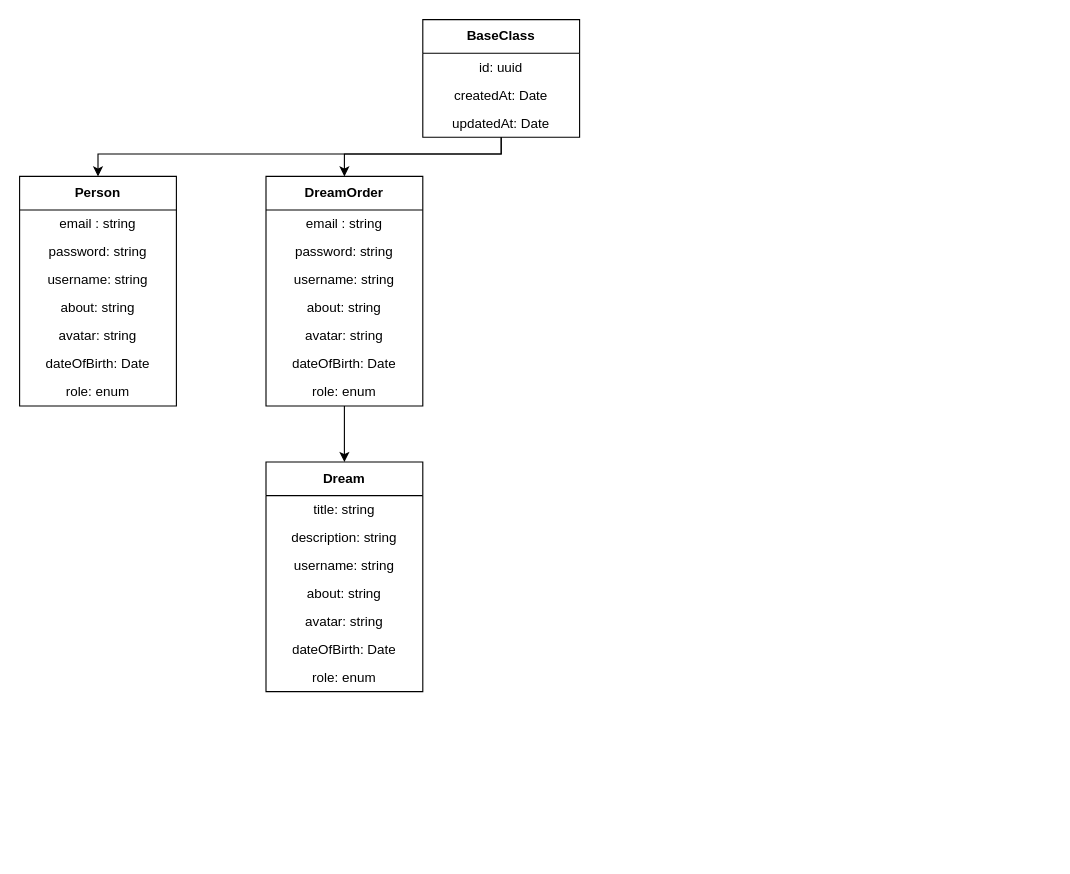
Above: dreamward.drawio in DiabolicAugust/morgana-dreamward (draw.io), before the change. Source tidied: cells renumbered, new cells numbered last; positions are measured from the earlier drawing's top-left corner, leaving out a move shared by most shapes. Both pictures are drawn from the tidied source at 112%, with x=0, y=0 at pixel (19, 19).
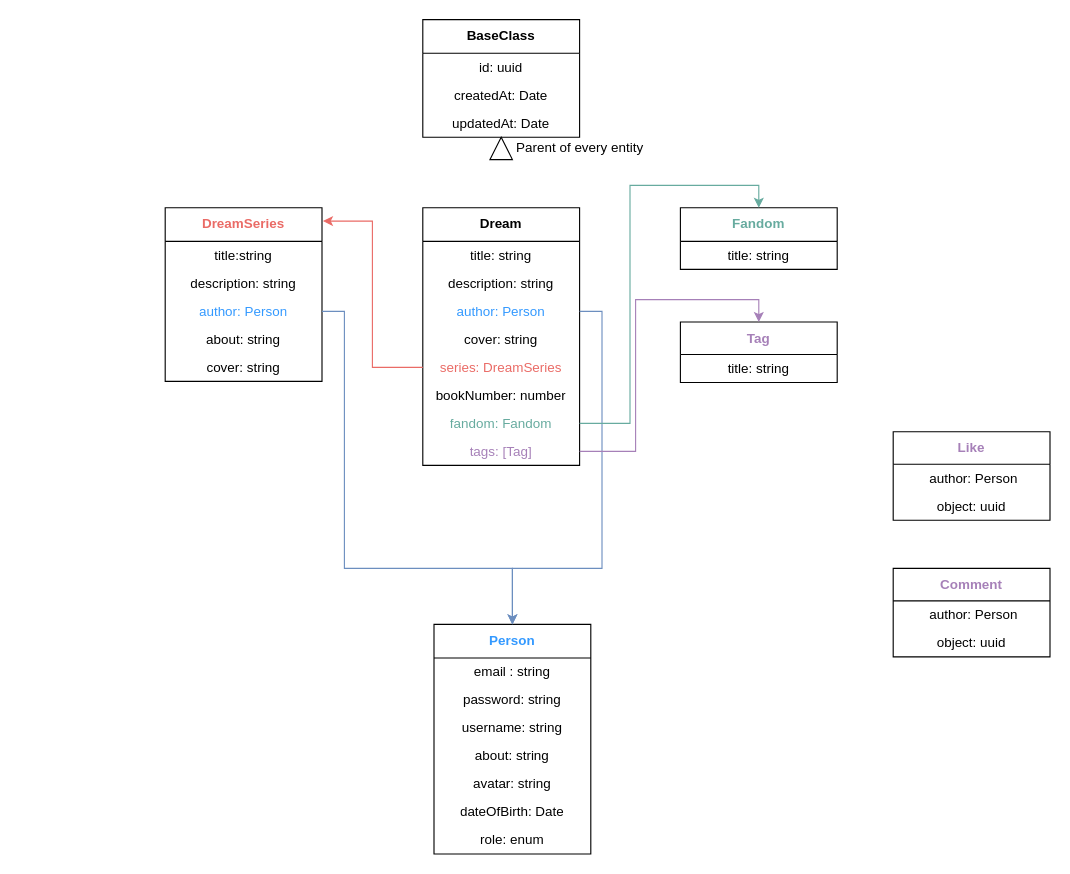
The same page after the edit.

Unchanged cells that the change refers to:
```xml
<mxCell id="12" value="BaseClass" style="swimlane;fontStyle=1;align=center;verticalAlign=middle;horizontal=1;startSize=30;html=1;whiteSpace=wrap;" parent="1" vertex="1">
  <mxGeometry x="360" width="140" height="105" as="geometry" />
</mxCell>
```

Diff of the diagram source:
```diff
@@
-    <mxCell id="2" value="Person" style="swimlane;fontStyle=1;align=center;verticalAlign=middle;horizontal=1;startSize=30;html=1;whiteSpace=wrap;" parent="1" vertex="1">
-      <mxGeometry y="140" width="140" height="205" as="geometry" />
+    <mxCell id="2" value="&lt;font color=&quot;#3399ff&quot;&gt;Person&lt;/font&gt;" style="swimlane;fontStyle=1;align=center;verticalAlign=middle;horizontal=1;startSize=30;html=1;whiteSpace=wrap;" parent="1" vertex="1">
+      <mxGeometry x="370" y="540" width="140" height="205" as="geometry" />
     </mxCell>
@@
-    <mxCell id="10" style="edgeStyle=orthogonalEdgeStyle;rounded=0;jettySize=auto;html=1;entryX=0.5;entryY=0;entryDx=0;entryDy=0;" parent="1" edge="1" source="12" target="2">
-      <mxGeometry relative="1" as="geometry">
-        <Array as="points">
-          <mxPoint x="430" y="120" />
-          <mxPoint x="70" y="120" />
-        </Array>
-      </mxGeometry>
-    </mxCell>
-    <mxCell id="11" style="edgeStyle=orthogonalEdgeStyle;rounded=0;jettySize=auto;html=1;entryX=0.5;entryY=0;entryDx=0;entryDy=0;" parent="1" edge="1" source="12" target="25">
-      <mxGeometry relative="1" as="geometry">
-        <Array as="points">
-          <mxPoint x="430" y="120" />
-          <mxPoint x="290" y="120" />
-        </Array>
-      </mxGeometry>
-    </mxCell>
@@
     <mxCell id="16" value="Dream" style="swimlane;fontStyle=1;align=center;verticalAlign=middle;horizontal=1;startSize=30;html=1;whiteSpace=wrap;" parent="1" vertex="1">
-      <mxGeometry x="220" y="395" width="140" height="205" as="geometry" />
+      <mxGeometry x="360" y="168" width="140" height="230" as="geometry" />
     </mxCell>
@@
-    <mxCell id="19" value="username: string" style="text;html=1;strokeColor=none;fillColor=none;align=center;verticalAlign=middle;spacingLeft=4;spacingRight=4;overflow=hidden;points=[[0,0.5],[1,0.5]];portConstraint=eastwest;whiteSpace=wrap;" parent="16" vertex="1">
+    <mxCell id="19" value="&lt;font color=&quot;#3399ff&quot;&gt;author: Person&lt;/font&gt;" style="text;html=1;strokeColor=none;fillColor=none;align=center;verticalAlign=middle;spacingLeft=4;spacingRight=4;overflow=hidden;points=[[0,0.5],[1,0.5]];portConstraint=eastwest;whiteSpace=wrap;" parent="16" vertex="1">
       <mxGeometry y="80" width="140" height="25" as="geometry" />
     </mxCell>
-    <mxCell id="20" value="about: string" style="text;html=1;strokeColor=none;fillColor=none;align=center;verticalAlign=middle;spacingLeft=4;spacingRight=4;overflow=hidden;whiteSpace=wrap;" parent="16" vertex="1">
+    <mxCell id="20" value="cover: string" style="text;html=1;strokeColor=none;fillColor=none;align=center;verticalAlign=middle;spacingLeft=4;spacingRight=4;overflow=hidden;whiteSpace=wrap;" parent="16" vertex="1">
       <mxGeometry y="105" width="140" height="25" as="geometry" />
     </mxCell>
-    <mxCell id="21" value="avatar: string" style="text;html=1;strokeColor=none;fillColor=none;align=center;verticalAlign=middle;spacingLeft=4;spacingRight=4;overflow=hidden;points=[[0,0.5],[1,0.5]];portConstraint=eastwest;whiteSpace=wrap;" parent="16" vertex="1">
+    <mxCell id="21" value="&lt;font color=&quot;#ea6b66&quot;&gt;series: DreamSeries&lt;/font&gt;" style="text;html=1;strokeColor=none;fillColor=none;align=center;verticalAlign=middle;spacingLeft=4;spacingRight=4;overflow=hidden;points=[[0,0.5],[1,0.5]];portConstraint=eastwest;whiteSpace=wrap;" parent="16" vertex="1">
       <mxGeometry y="130" width="140" height="25" as="geometry" />
     </mxCell>
-    <mxCell id="22" value="dateOfBirth: Date" style="text;html=1;strokeColor=none;fillColor=none;align=center;verticalAlign=middle;spacingLeft=4;spacingRight=4;overflow=hidden;whiteSpace=wrap;" parent="16" vertex="1">
-      <mxGeometry y="155" width="140" height="25" as="geometry" />
-    </mxCell>
-    <mxCell id="23" value="role: enum" style="text;html=1;strokeColor=none;fillColor=none;align=center;verticalAlign=middle;spacingLeft=4;spacingRight=4;overflow=hidden;whiteSpace=wrap;" parent="16" vertex="1">
-      <mxGeometry y="180" width="140" height="25" as="geometry" />
-    </mxCell>
-    <mxCell id="24" style="edgeStyle=orthogonalEdgeStyle;rounded=0;jettySize=auto;html=1;entryX=0.5;entryY=0;entryDx=0;entryDy=0;" parent="1" edge="1" source="25" target="16">
-      <mxGeometry relative="1" as="geometry" />
-    </mxCell>
+    <mxCell id="33" value="bookNumber: number" style="text;html=1;strokeColor=none;fillColor=none;align=center;verticalAlign=middle;spacingLeft=4;spacingRight=4;overflow=hidden;whiteSpace=wrap;" parent="16" vertex="1">
+      <mxGeometry y="155" width="140" height="25" as="geometry" />
+    </mxCell>
+    <mxCell id="34" value="&lt;font color=&quot;#67ab9f&quot;&gt;fandom: Fandom&lt;/font&gt;" style="text;html=1;strokeColor=none;fillColor=none;align=center;verticalAlign=middle;spacingLeft=4;spacingRight=4;overflow=hidden;points=[[0,0.5],[1,0.5]];portConstraint=eastwest;whiteSpace=wrap;" parent="16" vertex="1">
+      <mxGeometry y="180" width="140" height="25" as="geometry" />
+    </mxCell>
+    <mxCell id="35" value="&lt;font color=&quot;#a680b8&quot;&gt;tags: [Tag]&lt;/font&gt;" style="text;html=1;strokeColor=none;fillColor=none;align=center;verticalAlign=middle;spacingLeft=4;spacingRight=4;overflow=hidden;points=[[0,0.5],[1,0.5]];portConstraint=eastwest;whiteSpace=wrap;" parent="16" vertex="1">
+      <mxGeometry y="205" width="140" height="25" as="geometry" />
+    </mxCell>
+    <mxCell id="36" style="triangle;whiteSpace=wrap;html=1;rotation=-90;" parent="1" vertex="1">
+      <mxGeometry x="420" y="105" width="20" height="20" as="geometry" />
+    </mxCell>
+    <mxCell id="37" style="edgeStyle=orthogonalEdgeStyle;rounded=0;jettySize=auto;html=1;entryX=1.006;entryY=0.077;entryDx=0;entryDy=0;entryPerimeter=0;strokeColor=#EA6B66;" parent="1" edge="1" source="21" target="25">
+      <mxGeometry relative="1" as="geometry" />
+    </mxCell>
-    <mxCell id="25" value="DreamOrder" style="swimlane;fontStyle=1;align=center;verticalAlign=middle;horizontal=1;startSize=30;html=1;whiteSpace=wrap;" parent="1" vertex="1">
-      <mxGeometry x="220" y="140" width="140" height="205" as="geometry" />
+    <mxCell id="25" value="&lt;font color=&quot;#ea6b66&quot;&gt;DreamSeries&lt;/font&gt;" style="swimlane;fontStyle=1;align=center;verticalAlign=middle;horizontal=1;startSize=30;html=1;whiteSpace=wrap;" parent="1" vertex="1">
+      <mxGeometry x="130" y="168" width="140" height="155" as="geometry" />
     </mxCell>
-    <mxCell id="26" value="email : string" style="text;html=1;strokeColor=none;fillColor=none;align=center;verticalAlign=middle;spacingLeft=4;spacingRight=4;overflow=hidden;whiteSpace=wrap;" parent="25" vertex="1">
+    <mxCell id="26" value="title:string" style="text;html=1;strokeColor=none;fillColor=none;align=center;verticalAlign=middle;spacingLeft=4;spacingRight=4;overflow=hidden;whiteSpace=wrap;" parent="25" vertex="1">
       <mxGeometry y="30" width="140" height="25" as="geometry" />
     </mxCell>
-    <mxCell id="27" value="password: string" style="text;html=1;strokeColor=none;fillColor=none;align=center;verticalAlign=middle;spacingLeft=4;spacingRight=4;overflow=hidden;whiteSpace=wrap;" parent="25" vertex="1">
+    <mxCell id="27" value="description: string" style="text;html=1;strokeColor=none;fillColor=none;align=center;verticalAlign=middle;spacingLeft=4;spacingRight=4;overflow=hidden;whiteSpace=wrap;" parent="25" vertex="1">
       <mxGeometry y="55" width="140" height="25" as="geometry" />
     </mxCell>
-    <mxCell id="28" value="username: string" style="text;html=1;strokeColor=none;fillColor=none;align=center;verticalAlign=middle;spacingLeft=4;spacingRight=4;overflow=hidden;points=[[0,0.5],[1,0.5]];portConstraint=eastwest;whiteSpace=wrap;" parent="25" vertex="1">
+    <mxCell id="28" value="&lt;font color=&quot;#3399ff&quot;&gt;author: Person&lt;/font&gt;" style="text;html=1;strokeColor=none;fillColor=none;align=center;verticalAlign=middle;spacingLeft=4;spacingRight=4;overflow=hidden;points=[[0,0.5],[1,0.5]];portConstraint=eastwest;whiteSpace=wrap;" parent="25" vertex="1">
       <mxGeometry y="80" width="140" height="25" as="geometry" />
     </mxCell>
@@
-    <mxCell id="30" value="avatar: string" style="text;html=1;strokeColor=none;fillColor=none;align=center;verticalAlign=middle;spacingLeft=4;spacingRight=4;overflow=hidden;whiteSpace=wrap;" parent="25" vertex="1">
+    <mxCell id="30" value="cover: string" style="text;html=1;strokeColor=none;fillColor=none;align=center;verticalAlign=middle;spacingLeft=4;spacingRight=4;overflow=hidden;whiteSpace=wrap;" parent="25" vertex="1">
       <mxGeometry y="130" width="140" height="25" as="geometry" />
     </mxCell>
-    <mxCell id="31" value="dateOfBirth: Date" style="text;html=1;strokeColor=none;fillColor=none;align=center;verticalAlign=middle;spacingLeft=4;spacingRight=4;overflow=hidden;whiteSpace=wrap;" parent="25" vertex="1">
-      <mxGeometry y="155" width="140" height="25" as="geometry" />
-    </mxCell>
-    <mxCell id="32" value="role: enum" style="text;html=1;strokeColor=none;fillColor=none;align=center;verticalAlign=middle;spacingLeft=4;spacingRight=4;overflow=hidden;whiteSpace=wrap;" parent="25" vertex="1">
-      <mxGeometry y="180" width="140" height="25" as="geometry" />
-    </mxCell>
+    <mxCell id="38" style="edgeStyle=orthogonalEdgeStyle;rounded=0;jettySize=auto;html=1;entryX=0.5;entryY=0;entryDx=0;entryDy=0;fillColor=#dae8fc;strokeColor=#6c8ebf;" parent="1" edge="1" source="28" target="2">
+      <mxGeometry relative="1" as="geometry">
+        <Array as="points">
+          <mxPoint x="290" y="260" />
+          <mxPoint x="290" y="490" />
+          <mxPoint x="440" y="490" />
+        </Array>
+      </mxGeometry>
+    </mxCell>
+    <mxCell id="39" style="edgeStyle=orthogonalEdgeStyle;rounded=0;jettySize=auto;html=1;entryX=0.5;entryY=0;entryDx=0;entryDy=0;fillColor=#dae8fc;strokeColor=#6c8ebf;" parent="1" edge="1" source="19" target="2">
+      <mxGeometry relative="1" as="geometry">
+        <Array as="points">
+          <mxPoint x="520" y="260" />
+          <mxPoint x="520" y="490" />
+          <mxPoint x="440" y="490" />
+        </Array>
+      </mxGeometry>
+    </mxCell>
+    <mxCell id="40" value="&lt;font color=&quot;#67ab9f&quot;&gt;Fandom&lt;/font&gt;" style="swimlane;fontStyle=1;align=center;verticalAlign=middle;horizontal=1;startSize=30;html=1;whiteSpace=wrap;" parent="1" vertex="1">
+      <mxGeometry x="590" y="168" width="140" height="55" as="geometry" />
+    </mxCell>
+    <mxCell id="41" value="title: string" style="text;html=1;strokeColor=none;fillColor=none;align=center;verticalAlign=middle;spacingLeft=4;spacingRight=4;overflow=hidden;whiteSpace=wrap;" parent="40" vertex="1">
+      <mxGeometry y="30" width="140" height="25" as="geometry" />
+    </mxCell>
+    <mxCell id="42" value="Parent of every entity" style="text;html=1;align=center;verticalAlign=middle;strokeColor=none;fillColor=none;" parent="1" vertex="1">
+      <mxGeometry x="430" y="100" width="140" height="30" as="geometry" />
+    </mxCell>
+    <mxCell id="43" style="edgeStyle=orthogonalEdgeStyle;rounded=0;jettySize=auto;html=1;entryX=0.5;entryY=0;entryDx=0;entryDy=0;strokeColor=#67AB9F;" parent="1" edge="1" source="34" target="40">
+      <mxGeometry relative="1" as="geometry" />
+    </mxCell>
+    <mxCell id="44" value="&lt;font color=&quot;#a680b8&quot;&gt;Tag&lt;/font&gt;" style="swimlane;fontStyle=1;align=center;verticalAlign=middle;horizontal=1;startSize=29;html=1;whiteSpace=wrap;" parent="1" vertex="1">
+      <mxGeometry x="590" y="270" width="140" height="54" as="geometry" />
+    </mxCell>
+    <mxCell id="45" value="&lt;span style=&quot;white-space: pre;&quot;&gt;&#9;&lt;/span&gt;&amp;nbsp; &amp;nbsp;title: string" style="text;html=1;strokeColor=none;fillColor=none;align=left;verticalAlign=middle;spacingLeft=4;spacingRight=4;overflow=hidden;whiteSpace=wrap;" parent="44" vertex="1">
+      <mxGeometry y="29" width="140" height="25" as="geometry" />
+    </mxCell>
+    <mxCell id="46" style="edgeStyle=orthogonalEdgeStyle;rounded=0;jettySize=auto;html=1;entryX=0.5;entryY=0;entryDx=0;entryDy=0;strokeColor=#A680B8;" parent="1" edge="1" source="35" target="44">
+      <mxGeometry relative="1" as="geometry">
+        <Array as="points">
+          <mxPoint x="550" y="386" />
+          <mxPoint x="550" y="250" />
+          <mxPoint x="660" y="250" />
+        </Array>
+      </mxGeometry>
+    </mxCell>
+    <mxCell id="47" value="&lt;font color=&quot;#a680b8&quot;&gt;Like&lt;/font&gt;" style="swimlane;fontStyle=1;align=center;verticalAlign=middle;horizontal=1;startSize=29;html=1;whiteSpace=wrap;" parent="1" vertex="1">
+      <mxGeometry x="780" y="368" width="140" height="79" as="geometry" />
+    </mxCell>
+    <mxCell id="48" value="&lt;span style=&quot;white-space: pre;&quot;&gt;&#9;&lt;/span&gt;author: Person" style="text;html=1;strokeColor=none;fillColor=none;align=left;verticalAlign=middle;spacingLeft=4;spacingRight=4;overflow=hidden;whiteSpace=wrap;" parent="47" vertex="1">
+      <mxGeometry y="29" width="140" height="25" as="geometry" />
+    </mxCell>
+    <mxCell id="49" value="&lt;span style=&quot;white-space: pre;&quot;&gt;&#9;&lt;/span&gt;&amp;nbsp; object: uuid" style="text;html=1;strokeColor=none;fillColor=none;align=left;verticalAlign=middle;spacingLeft=4;spacingRight=4;overflow=hidden;whiteSpace=wrap;" parent="47" vertex="1">
+      <mxGeometry y="54" width="140" height="25" as="geometry" />
+    </mxCell>
+    <mxCell id="50" value="&lt;font color=&quot;#a680b8&quot;&gt;Comment&lt;/font&gt;" style="swimlane;fontStyle=1;align=center;verticalAlign=middle;horizontal=1;startSize=29;html=1;whiteSpace=wrap;" parent="1" vertex="1">
+      <mxGeometry x="780" y="490" width="140" height="79" as="geometry" />
+    </mxCell>
+    <mxCell id="51" value="&lt;span style=&quot;white-space: pre;&quot;&gt;&#9;&lt;/span&gt;author: Person" style="text;html=1;strokeColor=none;fillColor=none;align=left;verticalAlign=middle;spacingLeft=4;spacingRight=4;overflow=hidden;whiteSpace=wrap;" parent="50" vertex="1">
+      <mxGeometry y="29" width="140" height="25" as="geometry" />
+    </mxCell>
+    <mxCell id="52" value="&lt;span style=&quot;white-space: pre;&quot;&gt;&#9;&lt;/span&gt;&amp;nbsp; object: uuid" style="text;html=1;strokeColor=none;fillColor=none;align=left;verticalAlign=middle;spacingLeft=4;spacingRight=4;overflow=hidden;whiteSpace=wrap;" parent="50" vertex="1">
+      <mxGeometry y="54" width="140" height="25" as="geometry" />
+    </mxCell>
```
